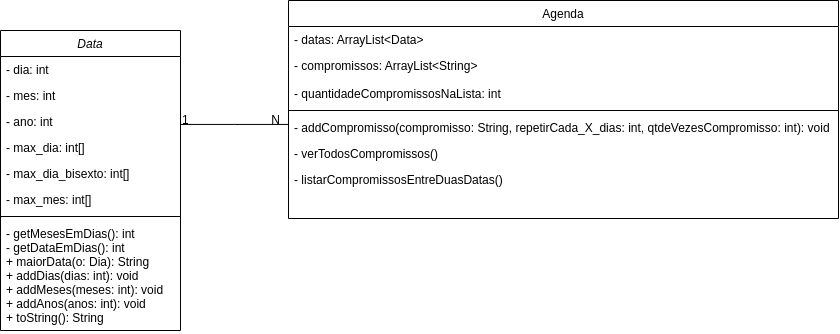
Above: docs/diagramas/Diagrama.drawio.png in DisciplinasProgramacao/projeto1-grupo-6 (draw.io), before the change. Source tidied: cells renumbered, new cells last; positions are measured from the earlier drawing's top-left corner, leaving out a move shared by most shapes. Its diagram source:
```xml
<mxGraphModel>
  <root>
    <mxCell id="0" />
    <mxCell id="1" parent="0" />
    <mxCell id="2" value="Data" style="swimlane;fontStyle=2;align=center;verticalAlign=top;horizontal=1;startSize=26;rounded=0;shadow=0;strokeWidth=1;" parent="1" vertex="1">
      <mxGeometry y="30" width="180" height="300" as="geometry" />
    </mxCell>
    <mxCell id="3" value="- dia: int" style="text;align=left;verticalAlign=top;spacingLeft=4;spacingRight=4;overflow=hidden;" parent="2" vertex="1">
      <mxGeometry y="26" width="180" height="26" as="geometry" />
    </mxCell>
    <mxCell id="4" value="- mes: int" style="text;align=left;verticalAlign=top;spacingLeft=4;spacingRight=4;overflow=hidden;rounded=0;shadow=0;html=0;" parent="2" vertex="1">
      <mxGeometry y="52" width="180" height="26" as="geometry" />
    </mxCell>
    <mxCell id="5" value="- ano: int" style="text;align=left;verticalAlign=top;spacingLeft=4;spacingRight=4;overflow=hidden;rounded=0;shadow=0;html=0;" parent="2" vertex="1">
      <mxGeometry y="78" width="180" height="26" as="geometry" />
    </mxCell>
    <mxCell id="6" value="- max_dia: int[]" style="text;align=left;verticalAlign=top;spacingLeft=4;spacingRight=4;overflow=hidden;rounded=0;shadow=0;html=0;" parent="2" vertex="1">
      <mxGeometry y="104" width="180" height="26" as="geometry" />
    </mxCell>
    <mxCell id="7" value="- max_dia_bisexto: int[]" style="text;align=left;verticalAlign=top;spacingLeft=4;spacingRight=4;overflow=hidden;rounded=0;shadow=0;html=0;" parent="2" vertex="1">
      <mxGeometry y="130" width="180" height="26" as="geometry" />
    </mxCell>
    <mxCell id="8" value="- max_mes: int[]" style="text;align=left;verticalAlign=top;spacingLeft=4;spacingRight=4;overflow=hidden;rounded=0;shadow=0;html=0;" parent="2" vertex="1">
      <mxGeometry y="156" width="180" height="26" as="geometry" />
    </mxCell>
    <mxCell id="9" style="line;html=1;strokeWidth=1;align=left;verticalAlign=middle;spacingTop=-1;spacingLeft=3;spacingRight=3;labelPosition=right;" parent="2" vertex="1">
      <mxGeometry y="182" width="180" height="8" as="geometry" />
    </mxCell>
    <mxCell id="10" value="- getMesesEmDias(): int&#10;- getDataEmDias(): int&#10;+ maiorData(o: Dia): String&#10;+ addDias(dias: int): void&#10;+ addMeses(meses: int): void&#10;+ addAnos(anos: int): void&#10;+ toString(): String&#10;" style="text;align=left;verticalAlign=top;spacingLeft=4;spacingRight=4;overflow=hidden;" parent="2" vertex="1">
      <mxGeometry y="190" width="180" height="110" as="geometry" />
    </mxCell>
    <mxCell id="11" value="Agenda" style="swimlane;fontStyle=0;align=center;verticalAlign=top;horizontal=1;startSize=26;rounded=0;shadow=0;strokeWidth=1;" parent="1" vertex="1">
      <mxGeometry x="288" width="550" height="218" as="geometry" />
    </mxCell>
    <mxCell id="12" value="- datas: ArrayList&lt;Data&gt;&#10;" style="text;align=left;verticalAlign=top;spacingLeft=4;spacingRight=4;overflow=hidden;" parent="11" vertex="1">
      <mxGeometry y="26" width="550" height="26" as="geometry" />
    </mxCell>
    <mxCell id="13" value="- compromissos: ArrayList&lt;String&gt;" style="text;align=left;verticalAlign=top;spacingLeft=4;spacingRight=4;overflow=hidden;rounded=0;shadow=0;html=0;" parent="11" vertex="1">
      <mxGeometry y="52" width="550" height="28" as="geometry" />
    </mxCell>
    <mxCell id="14" value="- quantidadeCompromissosNaLista: int" style="text;align=left;verticalAlign=top;spacingLeft=4;spacingRight=4;overflow=hidden;rounded=0;shadow=0;html=0;" parent="11" vertex="1">
      <mxGeometry y="80" width="550" height="26" as="geometry" />
    </mxCell>
    <mxCell id="15" style="line;html=1;strokeWidth=1;align=left;verticalAlign=middle;spacingTop=-1;spacingLeft=3;spacingRight=3;labelPosition=right;" parent="11" vertex="1">
      <mxGeometry y="106" width="550" height="8" as="geometry" />
    </mxCell>
    <mxCell id="16" value="- addCompromisso(compromisso: String, repetirCada_X_dias: int, qtdeVezesCompromisso: int): void" style="text;align=left;verticalAlign=top;spacingLeft=4;spacingRight=4;overflow=hidden;" parent="11" vertex="1">
      <mxGeometry y="114" width="550" height="26" as="geometry" />
    </mxCell>
    <mxCell id="17" value="- verTodosCompromissos() " style="text;align=left;verticalAlign=top;spacingLeft=4;spacingRight=4;overflow=hidden;" parent="11" vertex="1">
      <mxGeometry y="140" width="550" height="26" as="geometry" />
    </mxCell>
    <mxCell id="18" value="- listarCompromissosEntreDuasDatas() " style="text;align=left;verticalAlign=top;spacingLeft=4;spacingRight=4;overflow=hidden;" parent="11" vertex="1">
      <mxGeometry y="166" width="550" height="26" as="geometry" />
    </mxCell>
    <mxCell id="19" style="endArrow=none;shadow=0;strokeWidth=1;rounded=0;endFill=0;edgeStyle=elbowEdgeStyle;elbow=vertical;strokeColor=default;" parent="1" edge="1" source="2" target="11">
      <mxGeometry x="0.5" y="41" relative="1" as="geometry">
        <mxPoint x="-40" y="32" as="offset" />
      </mxGeometry>
    </mxCell>
    <mxCell id="20" value="1" style="align=left;verticalAlign=bottom;labelBackgroundColor=none;fontSize=12;" parent="19" vertex="1">
      <mxGeometry x="-1" relative="1" as="geometry">
        <mxPoint y="4" as="offset" />
      </mxGeometry>
    </mxCell>
    <mxCell id="21" value="N" style="align=right;verticalAlign=bottom;labelBackgroundColor=none;fontSize=12;" parent="19" vertex="1">
      <mxGeometry x="1" relative="1" as="geometry">
        <mxPoint x="-7" y="4" as="offset" />
      </mxGeometry>
    </mxCell>
  </root>
</mxGraphModel>
```
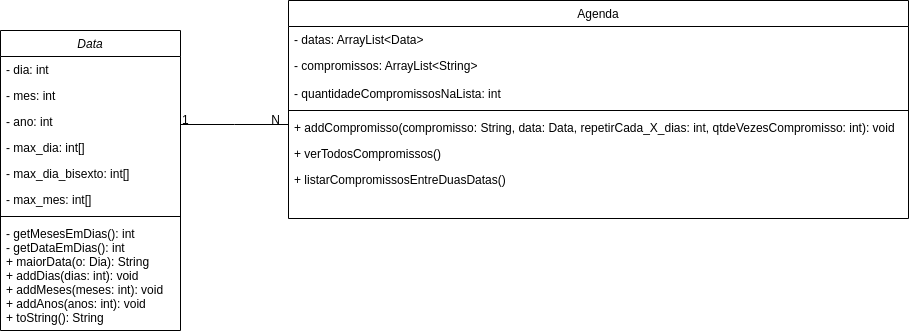
Later version of the same file.

Diff of the diagram source:
```diff
@@ -30,28 +30,28 @@
       <mxGeometry y="190" width="180" height="110" as="geometry" />
     </mxCell>
     <mxCell id="11" value="Agenda" style="swimlane;fontStyle=0;align=center;verticalAlign=top;horizontal=1;startSize=26;rounded=0;shadow=0;strokeWidth=1;" parent="1" vertex="1">
-      <mxGeometry x="288" width="550" height="218" as="geometry" />
+      <mxGeometry x="288" width="620" height="218" as="geometry" />
     </mxCell>
     <mxCell id="12" value="- datas: ArrayList&lt;Data&gt;&#10;" style="text;align=left;verticalAlign=top;spacingLeft=4;spacingRight=4;overflow=hidden;" parent="11" vertex="1">
-      <mxGeometry y="26" width="550" height="26" as="geometry" />
+      <mxGeometry y="26" width="620" height="26" as="geometry" />
     </mxCell>
     <mxCell id="13" value="- compromissos: ArrayList&lt;String&gt;" style="text;align=left;verticalAlign=top;spacingLeft=4;spacingRight=4;overflow=hidden;rounded=0;shadow=0;html=0;" parent="11" vertex="1">
-      <mxGeometry y="52" width="550" height="28" as="geometry" />
+      <mxGeometry y="52" width="620" height="28" as="geometry" />
     </mxCell>
     <mxCell id="14" value="- quantidadeCompromissosNaLista: int" style="text;align=left;verticalAlign=top;spacingLeft=4;spacingRight=4;overflow=hidden;rounded=0;shadow=0;html=0;" parent="11" vertex="1">
-      <mxGeometry y="80" width="550" height="26" as="geometry" />
+      <mxGeometry y="80" width="620" height="26" as="geometry" />
     </mxCell>
     <mxCell id="15" style="line;html=1;strokeWidth=1;align=left;verticalAlign=middle;spacingTop=-1;spacingLeft=3;spacingRight=3;labelPosition=right;" parent="11" vertex="1">
-      <mxGeometry y="106" width="550" height="8" as="geometry" />
+      <mxGeometry y="106" width="620" height="8" as="geometry" />
     </mxCell>
-    <mxCell id="16" value="- addCompromisso(compromisso: String, repetirCada_X_dias: int, qtdeVezesCompromisso: int): void" style="text;align=left;verticalAlign=top;spacingLeft=4;spacingRight=4;overflow=hidden;" parent="11" vertex="1">
-      <mxGeometry y="114" width="550" height="26" as="geometry" />
+    <mxCell id="16" value="+ addCompromisso(compromisso: String, data: Data, repetirCada_X_dias: int, qtdeVezesCompromisso: int): void" style="text;align=left;verticalAlign=top;spacingLeft=4;spacingRight=4;overflow=hidden;" parent="11" vertex="1">
+      <mxGeometry y="114" width="620" height="26" as="geometry" />
     </mxCell>
-    <mxCell id="17" value="- verTodosCompromissos() " style="text;align=left;verticalAlign=top;spacingLeft=4;spacingRight=4;overflow=hidden;" parent="11" vertex="1">
-      <mxGeometry y="140" width="550" height="26" as="geometry" />
+    <mxCell id="17" value="+ verTodosCompromissos() " style="text;align=left;verticalAlign=top;spacingLeft=4;spacingRight=4;overflow=hidden;" parent="11" vertex="1">
+      <mxGeometry y="140" width="620" height="26" as="geometry" />
     </mxCell>
-    <mxCell id="18" value="- listarCompromissosEntreDuasDatas() " style="text;align=left;verticalAlign=top;spacingLeft=4;spacingRight=4;overflow=hidden;" parent="11" vertex="1">
-      <mxGeometry y="166" width="550" height="26" as="geometry" />
+    <mxCell id="18" value="+ listarCompromissosEntreDuasDatas() " style="text;align=left;verticalAlign=top;spacingLeft=4;spacingRight=4;overflow=hidden;" parent="11" vertex="1">
+      <mxGeometry y="166" width="620" height="26" as="geometry" />
     </mxCell>
     <mxCell id="19" style="endArrow=none;shadow=0;strokeWidth=1;rounded=0;endFill=0;edgeStyle=elbowEdgeStyle;elbow=vertical;strokeColor=default;" parent="1" edge="1" source="2" target="11">
       <mxGeometry x="0.5" y="41" relative="1" as="geometry">
```
